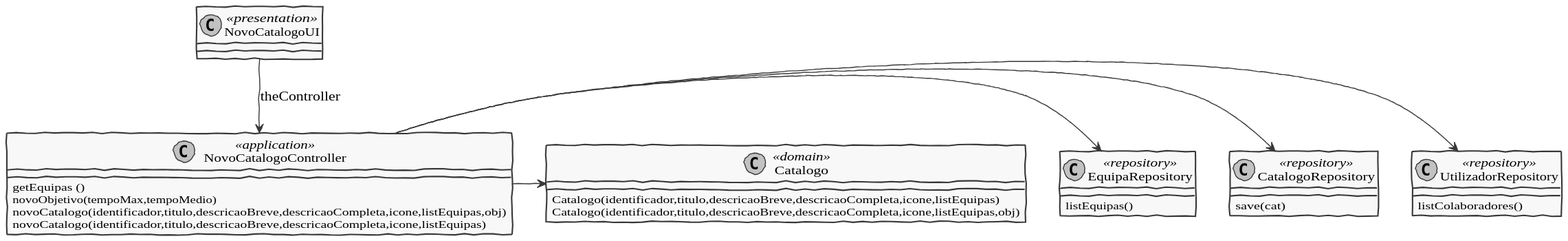
The PlantUML diagram docs/US2001/CD.svg in pedrolemos4/LAPR4, before a commit.
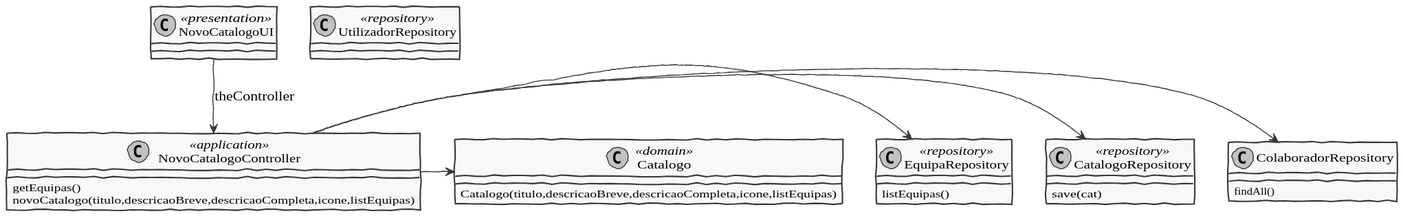
The same diagram one commit later.

What changed in the source:
```diff
@@ -15,22 +15,19 @@
 
 NovoCatalogoUI --> NovoCatalogoController : theController
 
-NovoCatalogoController -> UtilizadorRepository
+NovoCatalogoController -> ColaboradorRepository
 NovoCatalogoController -> CatalogoRepository
 NovoCatalogoController -> EquipaRepository
 NovoCatalogoController -> Catalogo
 
-NovoCatalogoController : getEquipas ()
-NovoCatalogoController : novoObjetivo(tempoMax,tempoMedio)
-NovoCatalogoController : novoCatalogo(identificador,titulo,descricaoBreve,descricaoCompleta,icone,listEquipas,obj)
-NovoCatalogoController : novoCatalogo(identificador,titulo,descricaoBreve,descricaoCompleta,icone,listEquipas)
+NovoCatalogoController : getEquipas()
+NovoCatalogoController : novoCatalogo(titulo,descricaoBreve,descricaoCompleta,icone,listEquipas)
 
-Catalogo : Catalogo(identificador,titulo,descricaoBreve,descricaoCompleta,icone,listEquipas)
-Catalogo : Catalogo(identificador,titulo,descricaoBreve,descricaoCompleta,icone,listEquipas,obj)
+Catalogo : Catalogo(titulo,descricaoBreve,descricaoCompleta,icone,listEquipas)
 
 CatalogoRepository : save(cat)
 
-UtilizadorRepository : listColaboradores()
+ColaboradorRepository : findAll()
 
 EquipaRepository : listEquipas()
 @enduml
```
